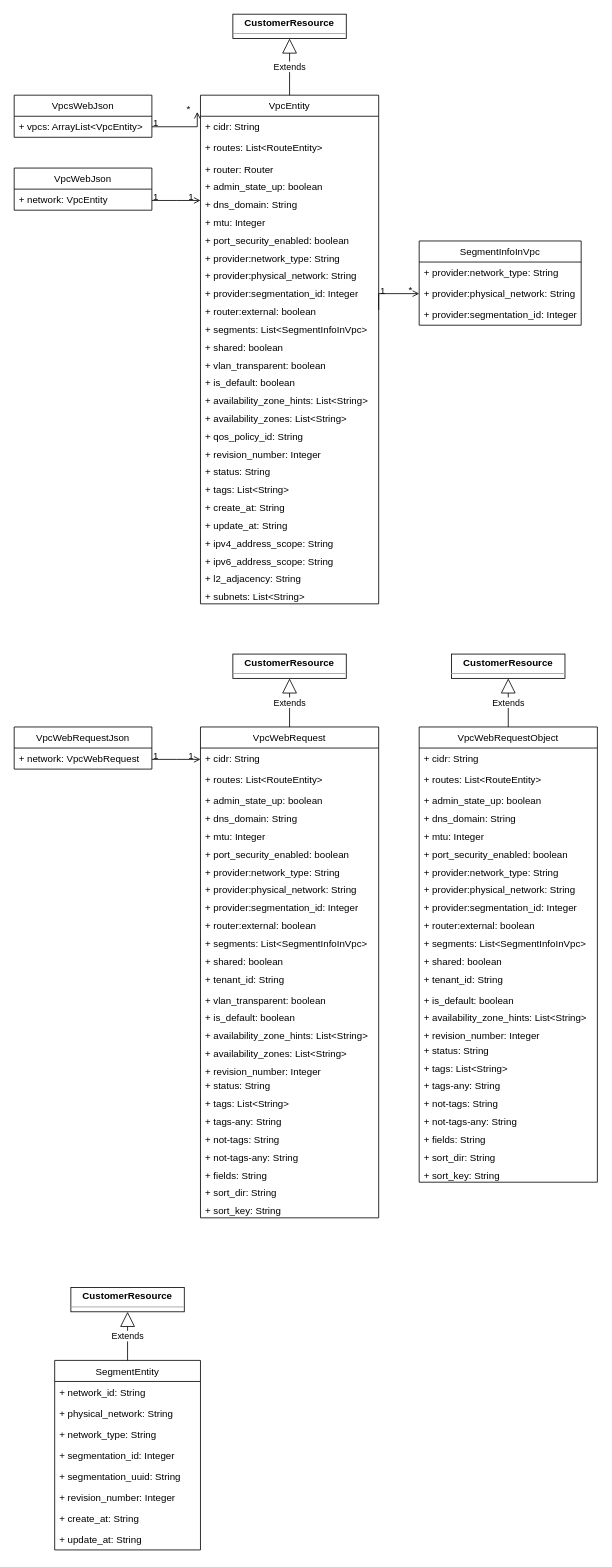
The draw.io diagram vpc.drawio in cj-chung/diagrams, before the edit. Source tidied: cells renumbered, new cells numbered last; positions are measured from the earlier drawing's top-left corner, leaving out a move shared by most shapes. Both pictures are drawn from the tidied source at 81%, with x=0, y=0 at pixel (14, 14).
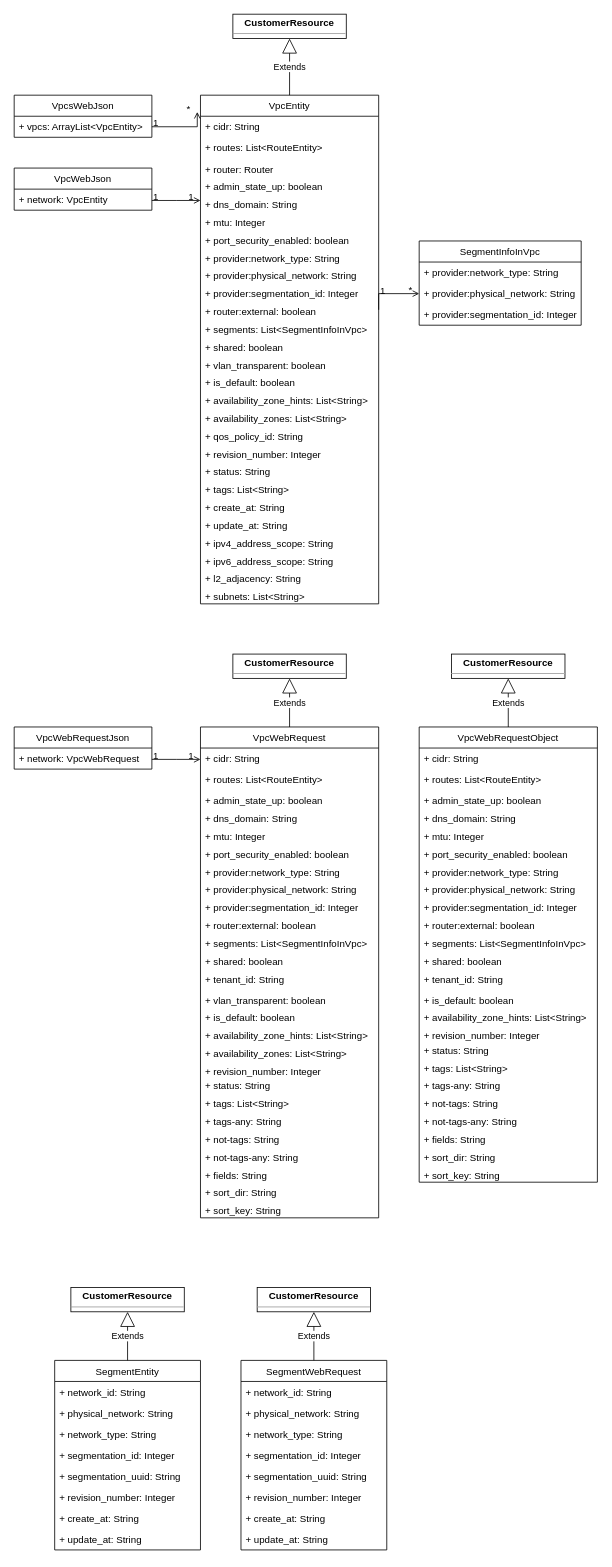
The same diagram, later.

Diff of the diagram source:
```diff
@@
+    <mxCell id="121" value="SegmentWebRequest" style="swimlane;fontStyle=0;horizontal=1;startSize=26;fillColor=none;" parent="1" vertex="1">
+      <mxGeometry x="280" y="1662" width="180" height="234" as="geometry" />
+    </mxCell>
+    <mxCell id="122" value="+ network_id: String" style="text;strokeColor=none;fillColor=none;align=left;verticalAlign=top;spacingLeft=4;spacingRight=4;overflow=hidden;" parent="121" vertex="1">
+      <mxGeometry y="26" width="180" height="26" as="geometry" />
+    </mxCell>
+    <mxCell id="123" value="+ physical_network: String" style="text;strokeColor=none;fillColor=none;align=left;verticalAlign=top;spacingLeft=4;spacingRight=4;overflow=hidden;" parent="121" vertex="1">
+      <mxGeometry y="52" width="180" height="26" as="geometry" />
+    </mxCell>
+    <mxCell id="124" value="+ network_type: String" style="text;strokeColor=none;fillColor=none;align=left;verticalAlign=top;spacingLeft=4;spacingRight=4;overflow=hidden;" parent="121" vertex="1">
+      <mxGeometry y="78" width="180" height="26" as="geometry" />
+    </mxCell>
+    <mxCell id="125" value="+ segmentation_id: Integer" style="text;strokeColor=none;fillColor=none;align=left;verticalAlign=top;spacingLeft=4;spacingRight=4;overflow=hidden;" parent="121" vertex="1">
+      <mxGeometry y="104" width="180" height="26" as="geometry" />
+    </mxCell>
+    <mxCell id="126" value="+ segmentation_uuid: String" style="text;strokeColor=none;fillColor=none;align=left;verticalAlign=top;spacingLeft=4;spacingRight=4;overflow=hidden;" parent="121" vertex="1">
+      <mxGeometry y="130" width="180" height="26" as="geometry" />
+    </mxCell>
+    <mxCell id="127" value="+ revision_number: Integer" style="text;strokeColor=none;fillColor=none;align=left;verticalAlign=top;spacingLeft=4;spacingRight=4;overflow=hidden;" parent="121" vertex="1">
+      <mxGeometry y="156" width="180" height="26" as="geometry" />
+    </mxCell>
+    <mxCell id="128" value="+ create_at: String" style="text;strokeColor=none;fillColor=none;align=left;verticalAlign=top;spacingLeft=4;spacingRight=4;overflow=hidden;" parent="121" vertex="1">
+      <mxGeometry y="182" width="180" height="26" as="geometry" />
+    </mxCell>
+    <mxCell id="129" value="+ update_at: String" style="text;strokeColor=none;fillColor=none;align=left;verticalAlign=top;spacingLeft=4;spacingRight=4;overflow=hidden;" parent="121" vertex="1">
+      <mxGeometry y="208" width="180" height="26" as="geometry" />
+    </mxCell>
+    <mxCell id="130" value="&lt;p style=&quot;margin: 0px ; margin-top: 4px ; text-align: center&quot;&gt;&lt;b&gt;CustomerResource&lt;/b&gt;&lt;/p&gt;&lt;hr size=&quot;1&quot;&gt;&lt;div style=&quot;height: 2px&quot;&gt;&lt;/div&gt;" style="verticalAlign=top;align=left;overflow=fill;fontSize=12;fontFamily=Helvetica;html=1;" parent="1" vertex="1">
+      <mxGeometry x="300" y="1572" width="140" height="30" as="geometry" />
+    </mxCell>
+    <mxCell id="131" value="Extends" style="endArrow=block;endSize=16;endFill=0;html=1;entryX=0.5;entryY=1;entryDx=0;entryDy=0;" parent="1" edge="1" target="130">
+      <mxGeometry relative="1" as="geometry">
+        <mxPoint x="370" y="1662" as="sourcePoint" />
+      </mxGeometry>
+    </mxCell>
```
